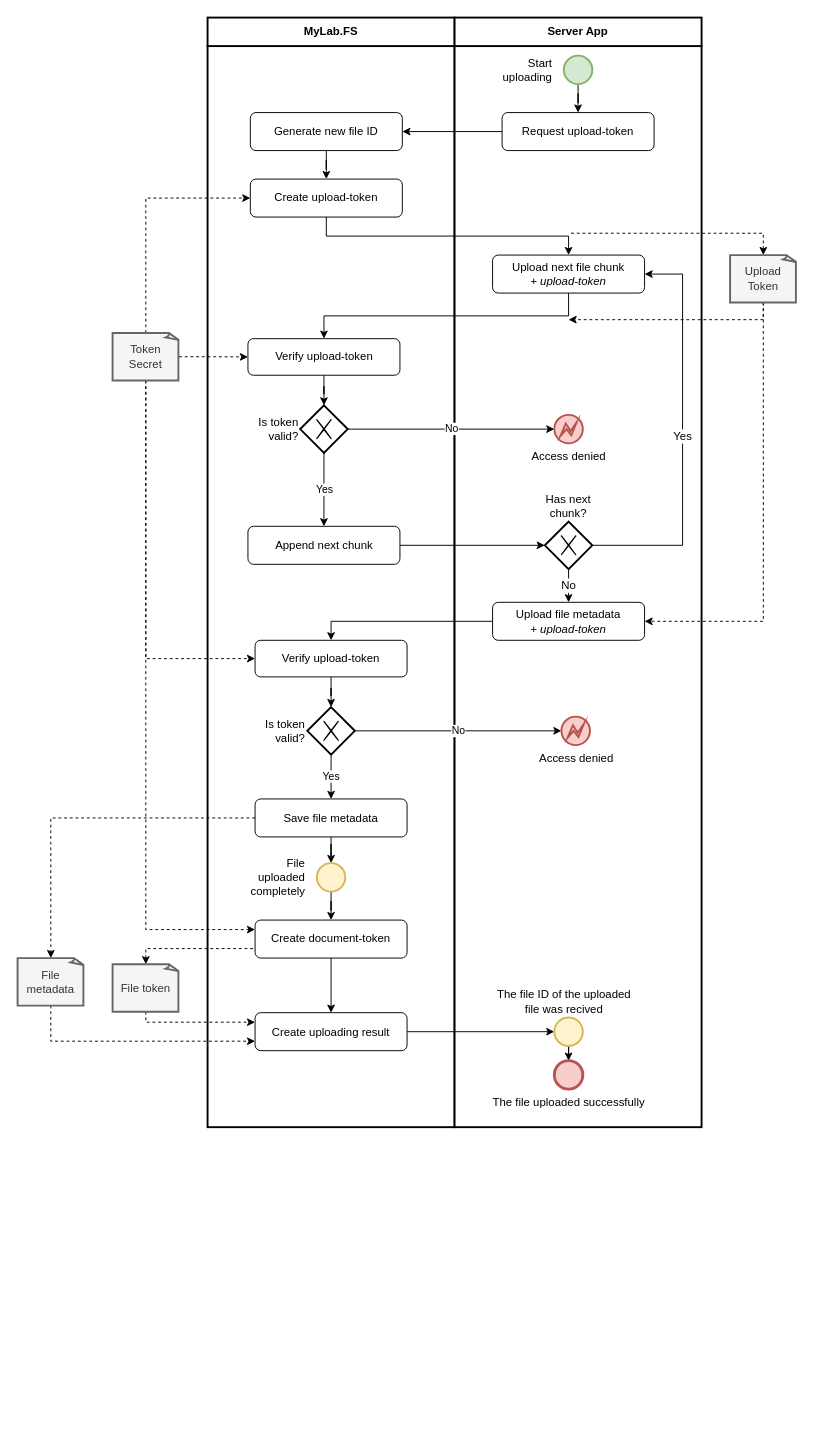
Before: page "trusted-uploading" (2 of 5) of doc/diagramms/mylab-fs.drawio in mylab-tools/file-storage, a draw.io diagram. Source tidied: cells renumbered, new cells numbered last; positions are measured from the earlier drawing's top-left corner, leaving out a move shared by most shapes. Both pictures are drawn from the tidied source at 95%, with x=0, y=0 at pixel (17, 17).
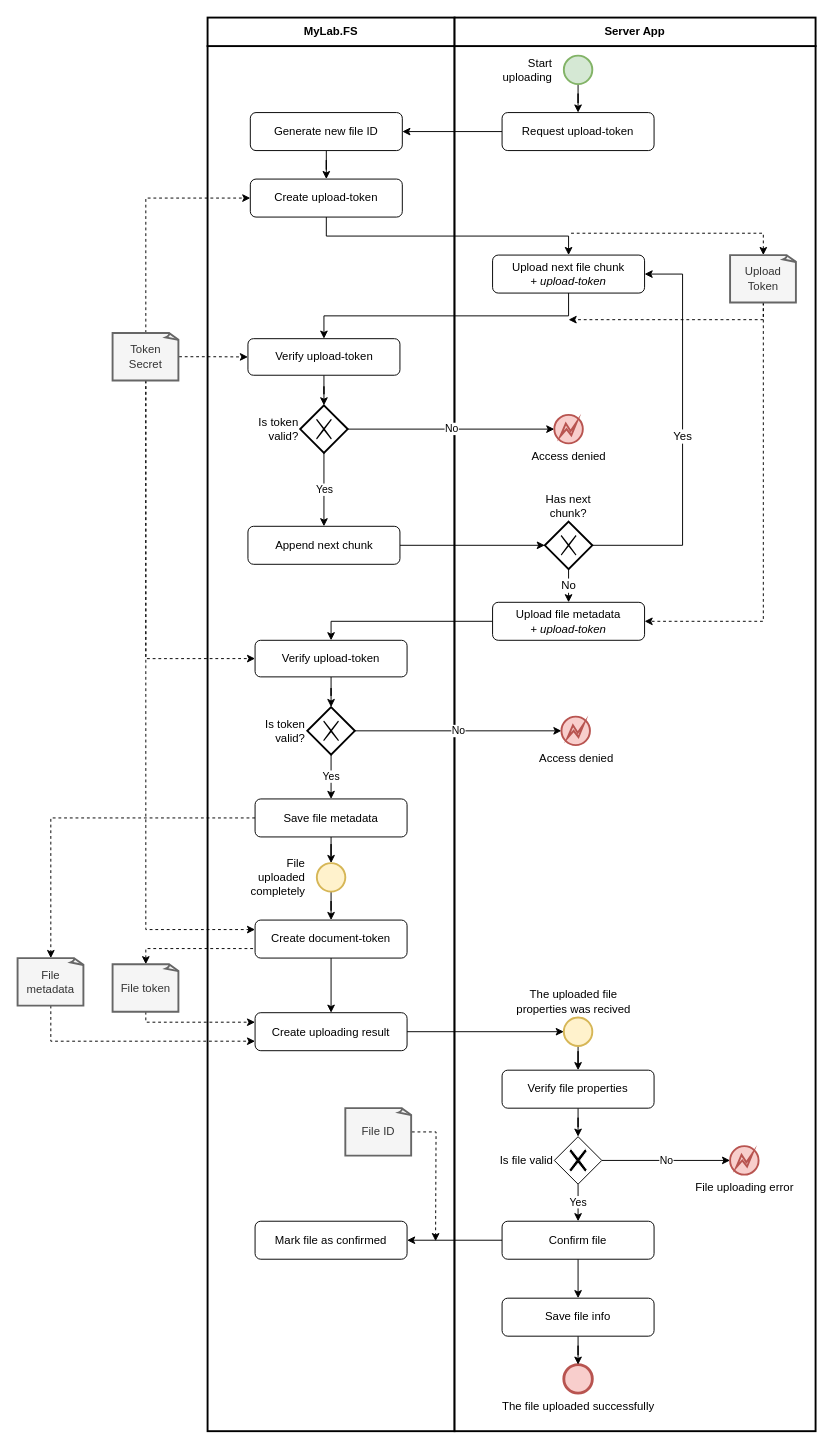
The same page after the edit.

Change to the diagram source:
```diff
@@
     <mxCell id="2" style="rounded=0;whiteSpace=wrap;html=1;strokeWidth=2;fontSize=12;align=center;" parent="1" vertex="1">
-      <mxGeometry x="200" y="30" width="260" height="1138" as="geometry" />
+      <mxGeometry x="200" y="30" width="260" height="1458" as="geometry" />
     </mxCell>
@@
     <mxCell id="4" style="rounded=0;whiteSpace=wrap;html=1;strokeWidth=2;fontSize=12;align=center;" parent="1" vertex="1">
-      <mxGeometry x="460" y="30" width="260" height="1138" as="geometry" />
+      <mxGeometry x="460" y="30" width="380" height="1458" as="geometry" />
     </mxCell>
     <mxCell id="5" value="&lt;b&gt;Server App&lt;/b&gt;" style="rounded=0;whiteSpace=wrap;html=1;strokeWidth=2;fontSize=12;align=center;" parent="1" vertex="1">
-      <mxGeometry x="460" width="260" height="30" as="geometry" />
+      <mxGeometry x="460" width="380" height="30" as="geometry" />
     </mxCell>
@@
-    <mxCell id="42" style="edgeStyle=orthogonalEdgeStyle;rounded=0;jettySize=auto;html=1;entryX=0.5;entryY=0;entryDx=0;entryDy=0;startArrow=none;startFill=0;endArrow=classic;endFill=1;strokeWidth=1;fontSize=12;" parent="1" edge="1" source="43" target="48">
-      <mxGeometry relative="1" as="geometry" />
-    </mxCell>
+    <mxCell id="61" style="edgeStyle=orthogonalEdgeStyle;rounded=0;jettySize=auto;html=1;entryX=0.5;entryY=0;entryDx=0;entryDy=0;" parent="1" edge="1" source="43" target="64">
+      <mxGeometry relative="1" as="geometry" />
+    </mxCell>
-    <mxCell id="43" value="The file ID of the uploaded &lt;br&gt;file was recived" style="ellipse;html=1;strokeColor=#d6b656;strokeWidth=2;fillColor=#fff2cc;fontSize=12;align=center;labelPosition=center;verticalLabelPosition=top;verticalAlign=bottom;spacingRight=10;" parent="1" vertex="1">
-      <mxGeometry x="565" y="1052.5" width="30" height="30" as="geometry" />
+    <mxCell id="43" value="The uploaded file &lt;br&gt;properties was recived" style="ellipse;html=1;strokeColor=#d6b656;strokeWidth=2;fillColor=#fff2cc;fontSize=12;align=center;labelPosition=center;verticalLabelPosition=top;verticalAlign=bottom;spacingRight=10;" parent="1" vertex="1">
+      <mxGeometry x="575" y="1052.5" width="30" height="30" as="geometry" />
     </mxCell>
@@
     <mxCell id="48" value="&lt;span style=&quot;&quot;&gt;The file uploaded successfully&lt;/span&gt;" style="shape=mxgraph.bpmn.shape;html=1;verticalLabelPosition=bottom;labelBackgroundColor=none;verticalAlign=top;align=center;perimeter=ellipsePerimeter;outlineConnect=0;outline=end;symbol=general;strokeColor=#b85450;strokeWidth=1;fillColor=#f8cecc;fontSize=12;" parent="1" vertex="1">
-      <mxGeometry x="565" y="1098" width="30" height="30" as="geometry" />
+      <mxGeometry x="575" y="1418" width="30" height="30" as="geometry" />
     </mxCell>
@@
+    <mxCell id="62" value="No" style="edgeStyle=orthogonalEdgeStyle;rounded=0;jettySize=auto;html=1;exitX=1;exitY=0.5;exitDx=0;exitDy=0;" parent="1" edge="1" source="66" target="67">
+      <mxGeometry relative="1" as="geometry" />
+    </mxCell>
+    <mxCell id="63" style="edgeStyle=orthogonalEdgeStyle;rounded=0;jettySize=auto;html=1;entryX=0.5;entryY=0;entryDx=0;entryDy=0;" parent="1" edge="1" source="64" target="66">
+      <mxGeometry relative="1" as="geometry" />
+    </mxCell>
+    <mxCell id="64" value="Verify file properties" style="rounded=1;whiteSpace=wrap;html=1;strokeWidth=1;fontSize=12;align=center;" parent="1" vertex="1">
+      <mxGeometry x="510" y="1108" width="160" height="40" as="geometry" />
+    </mxCell>
+    <mxCell id="65" value="Yes" style="edgeStyle=orthogonalEdgeStyle;rounded=0;jettySize=auto;html=1;entryX=0.5;entryY=0;entryDx=0;entryDy=0;" parent="1" edge="1" source="66" target="70">
+      <mxGeometry relative="1" as="geometry" />
+    </mxCell>
+    <mxCell id="66" value="Is file valid" style="shape=mxgraph.bpmn.shape;html=1;verticalLabelPosition=middle;labelBackgroundColor=#ffffff;verticalAlign=middle;align=right;perimeter=rhombusPerimeter;background=gateway;outlineConnect=0;outline=none;symbol=exclusiveGw;labelPosition=left;" parent="1" vertex="1">
+      <mxGeometry x="565" y="1178" width="50" height="50" as="geometry" />
+    </mxCell>
+    <mxCell id="67" value="File uploading error" style="shape=mxgraph.bpmn.shape;html=1;verticalLabelPosition=bottom;labelBackgroundColor=#ffffff;verticalAlign=top;align=center;perimeter=ellipsePerimeter;outlineConnect=0;outline=eventInt;symbol=error;strokeColor=#b85450;strokeWidth=2;fillColor=#f8cecc;fontSize=12;" parent="1" vertex="1">
+      <mxGeometry x="750" y="1188" width="30" height="30" as="geometry" />
+    </mxCell>
+    <mxCell id="68" style="edgeStyle=orthogonalEdgeStyle;rounded=0;jettySize=auto;html=1;" parent="1" edge="1" source="70" target="71">
+      <mxGeometry relative="1" as="geometry" />
+    </mxCell>
+    <mxCell id="69" style="edgeStyle=orthogonalEdgeStyle;rounded=0;jettySize=auto;html=1;entryX=0.5;entryY=0;entryDx=0;entryDy=0;" parent="1" edge="1" source="70" target="75">
+      <mxGeometry relative="1" as="geometry" />
+    </mxCell>
+    <mxCell id="70" value="Confirm file" style="rounded=1;whiteSpace=wrap;html=1;strokeWidth=1;fontSize=12;align=center;" parent="1" vertex="1">
+      <mxGeometry x="510" y="1267" width="160" height="40" as="geometry" />
+    </mxCell>
+    <mxCell id="71" value="Mark file as confirmed" style="rounded=1;whiteSpace=wrap;html=1;strokeWidth=1;fontSize=12;align=center;" parent="1" vertex="1">
+      <mxGeometry x="250" y="1267" width="160" height="40" as="geometry" />
+    </mxCell>
+    <mxCell id="72" style="edgeStyle=orthogonalEdgeStyle;rounded=0;jettySize=auto;html=1;dashed=1;" parent="1" edge="1" source="73">
+      <mxGeometry relative="1" as="geometry">
+        <mxPoint x="440" y="1288" as="targetPoint" />
+      </mxGeometry>
+    </mxCell>
+    <mxCell id="73" value="File ID" style="whiteSpace=wrap;html=1;shape=mxgraph.basic.document;strokeWidth=2;fontSize=12;align=center;fillColor=#f5f5f5;strokeColor=#666666;fontColor=#333333;" parent="1" vertex="1">
+      <mxGeometry x="345" y="1148" width="70" height="50" as="geometry" />
+    </mxCell>
+    <mxCell id="74" style="edgeStyle=orthogonalEdgeStyle;rounded=0;jettySize=auto;html=1;entryX=0.5;entryY=0;entryDx=0;entryDy=0;" parent="1" edge="1" source="75" target="48">
+      <mxGeometry relative="1" as="geometry" />
+    </mxCell>
+    <mxCell id="75" value="Save file info" style="rounded=1;whiteSpace=wrap;html=1;strokeWidth=1;fontSize=12;align=center;" parent="1" vertex="1">
+      <mxGeometry x="510" y="1348" width="160" height="40" as="geometry" />
+    </mxCell>
```
